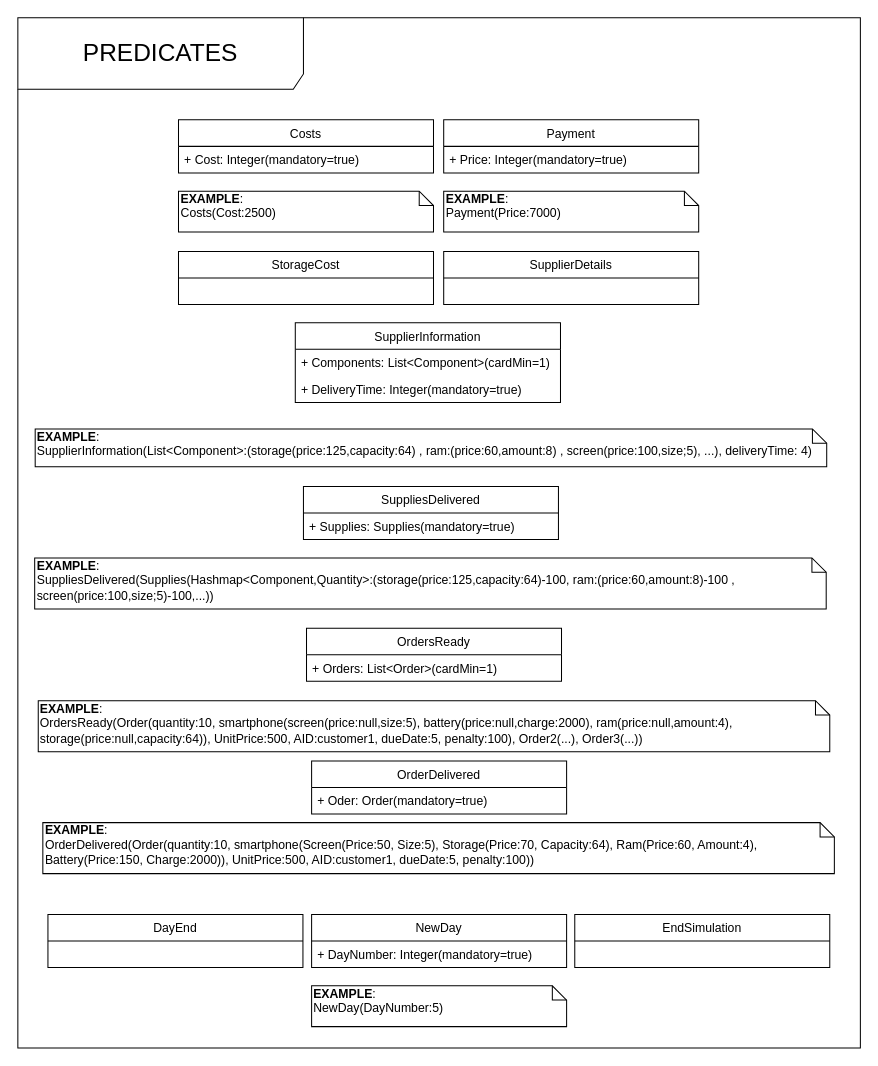
MarcosGaming/Multi-Agent_Systems_Coursework keeps this draw.io diagram as Coursework specification and diagrams/Ontology diagrams/Predicates.drawio. Above is the earlier version. Source tidied: cells renumbered, new cells numbered last; positions are measured from the earlier drawing's top-left corner, leaving out a move shared by most shapes. Both pictures are drawn from the tidied source at 102%, with x=0, y=0 at pixel (17, 17).
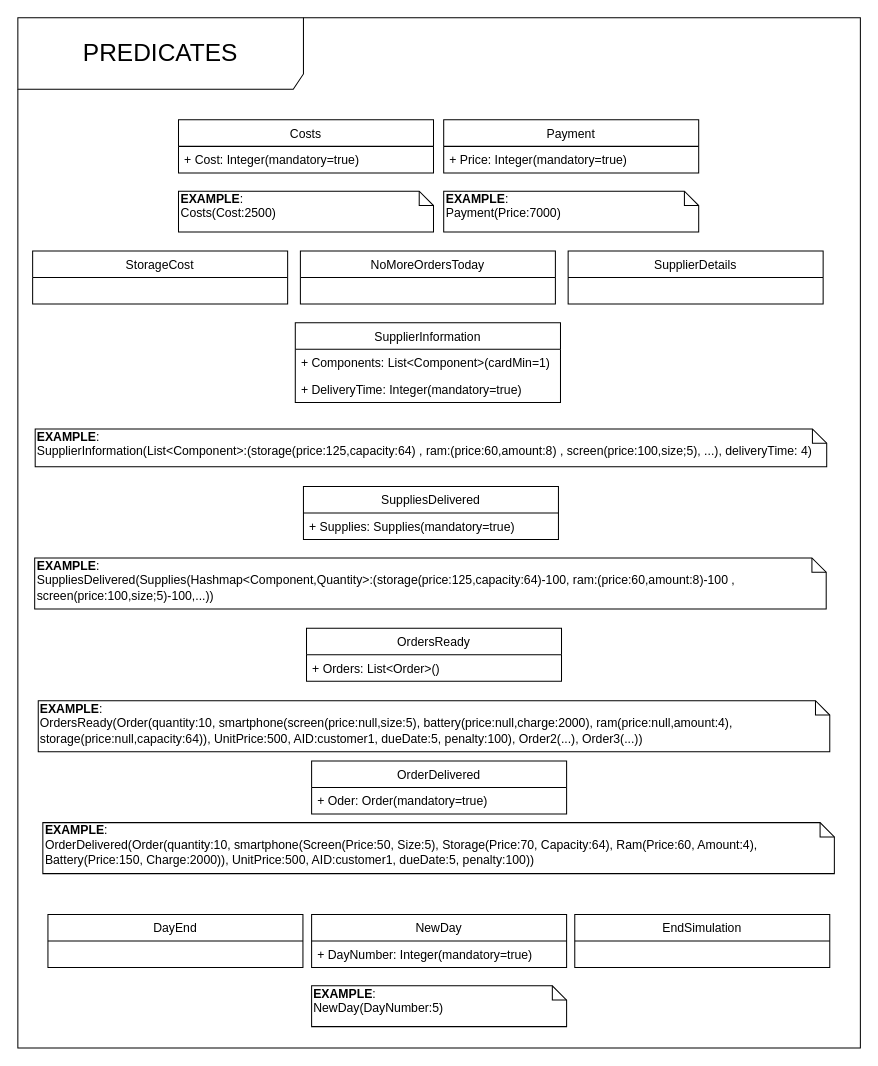
The same diagram, later.

Unchanged cells that the change refers to:
```xml
<mxCell id="13" value="OrdersReady" style="swimlane;fontStyle=0;horizontal=1;startSize=26;fillColor=none;" parent="1" vertex="1">
  <mxGeometry x="283" y="598.5" width="250" height="52" as="geometry" />
</mxCell>
```

Diff of the diagram source:
```diff
@@
-    <mxCell id="14" value="+ Orders: List&lt;Order&gt;(cardMin=1)" style="text;strokeColor=none;fillColor=none;align=left;verticalAlign=top;spacingLeft=4;spacingRight=4;overflow=hidden;" parent="13" vertex="1">
+    <mxCell id="14" value="+ Orders: List&lt;Order&gt;()" style="text;strokeColor=none;fillColor=none;align=left;verticalAlign=top;spacingLeft=4;spacingRight=4;overflow=hidden;" parent="13" vertex="1">
       <mxGeometry y="26" width="250" height="26" as="geometry" />
     </mxCell>
     <mxCell id="15" value="SupplierDetails" style="swimlane;fontStyle=0;horizontal=1;startSize=26;fillColor=none;" parent="1" vertex="1">
-      <mxGeometry x="417.5" y="229" width="250" height="52" as="geometry" />
+      <mxGeometry x="539.5" y="228.5" width="250" height="52" as="geometry" />
     </mxCell>
@@
     <mxCell id="21" value="StorageCost" style="swimlane;fontStyle=0;horizontal=1;startSize=26;fillColor=none;" parent="1" vertex="1">
-      <mxGeometry x="157.5" y="229" width="250" height="52" as="geometry" />
+      <mxGeometry x="14.5" y="228.5" width="250" height="52" as="geometry" />
     </mxCell>
@@
+    <mxCell id="29" value="NoMoreOrdersToday" style="swimlane;fontStyle=0;horizontal=1;startSize=26;fillColor=none;" parent="1" vertex="1">
+      <mxGeometry x="277" y="228.5" width="250" height="52" as="geometry" />
+    </mxCell>
```
